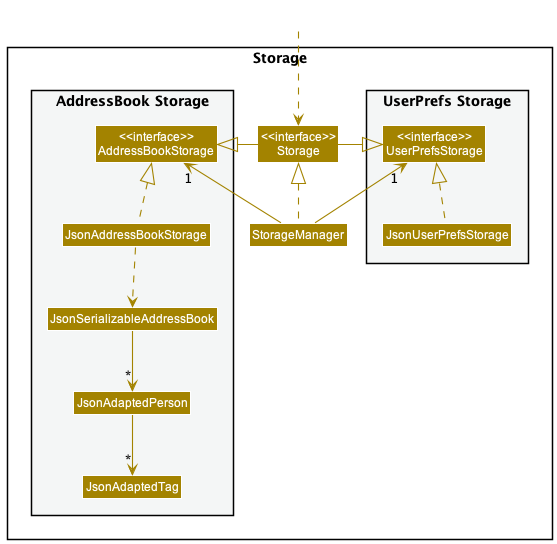
nus-cs2103-AY2223S2/tp keeps this PlantUML diagram as docs/images/StorageClassDiagram.png. Above is the earlier version.
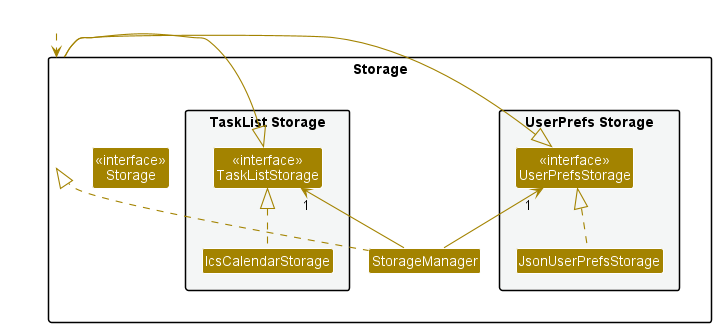
After the commit.

Diff of the diagram source:
```diff
@@ -14,12 +14,9 @@
 Class "<<interface>>\nStorage" as Storage
 Class StorageManager
 
-package "AddressBook Storage" #F4F6F6{
-Class "<<interface>>\nAddressBookStorage" as AddressBookStorage
-Class JsonAddressBookStorage
-Class JsonSerializableAddressBook
-Class JsonAdaptedPerson
-Class JsonAdaptedTag
+package "TaskList Storage" #F4F6F6{
+Class "<<interface>>\nTaskListStorage" as AddressBookStorage
+Class "IcsCalendarStorage" as JsonAddressBookStorage
 }
 
 }
@@ -36,8 +33,5 @@
 
 JsonUserPrefsStorage .up.|> UserPrefsStorage
 JsonAddressBookStorage .up.|> AddressBookStorage
-JsonAddressBookStorage ..> JsonSerializableAddressBook
-JsonSerializableAddressBook --> "*" JsonAdaptedPerson
-JsonAdaptedPerson --> "*" JsonAdaptedTag
 
 @enduml
```
